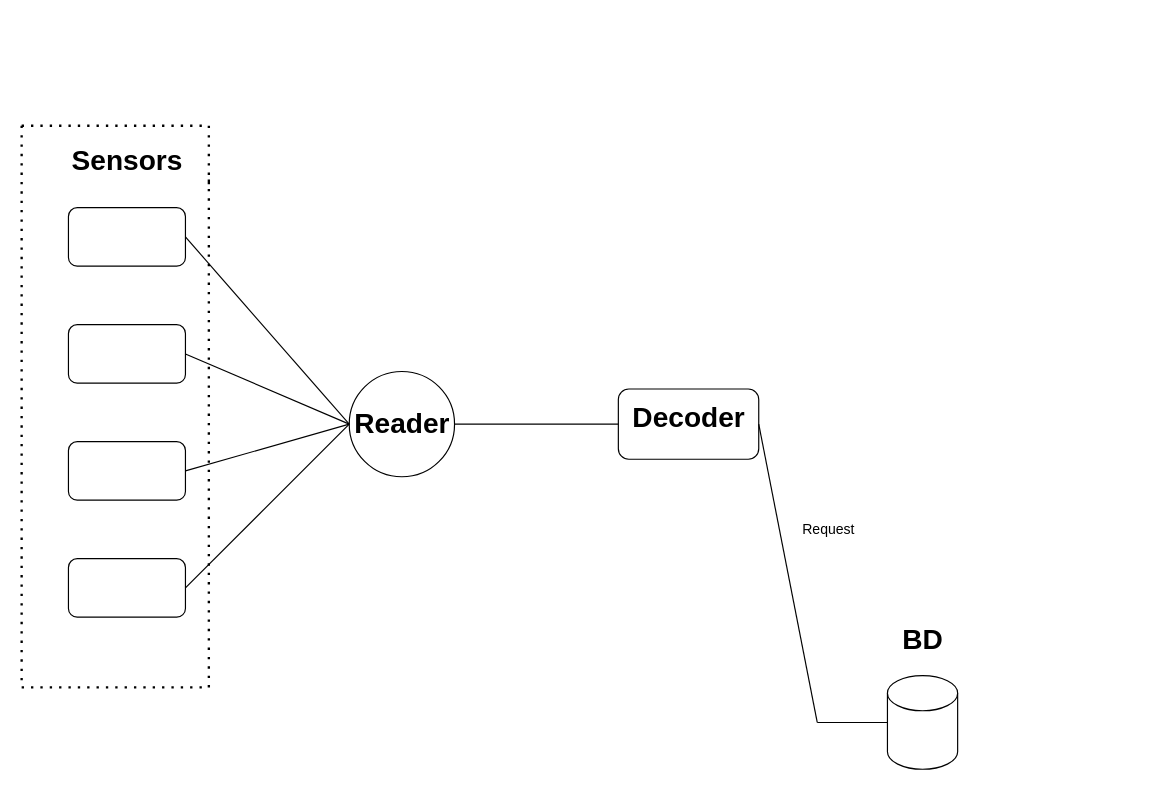
The draw.io diagram TelemetryCar/TelemetryCar.drawio in stalkeronag/CollectorTelemetryCar, before the edit. Source tidied: cells renumbered, new cells numbered last; positions are measured from the earlier drawing's top-left corner, leaving out a move shared by most shapes. Both pictures are drawn from the tidied source at 117%, with x=0, y=0 at pixel (21, 125).
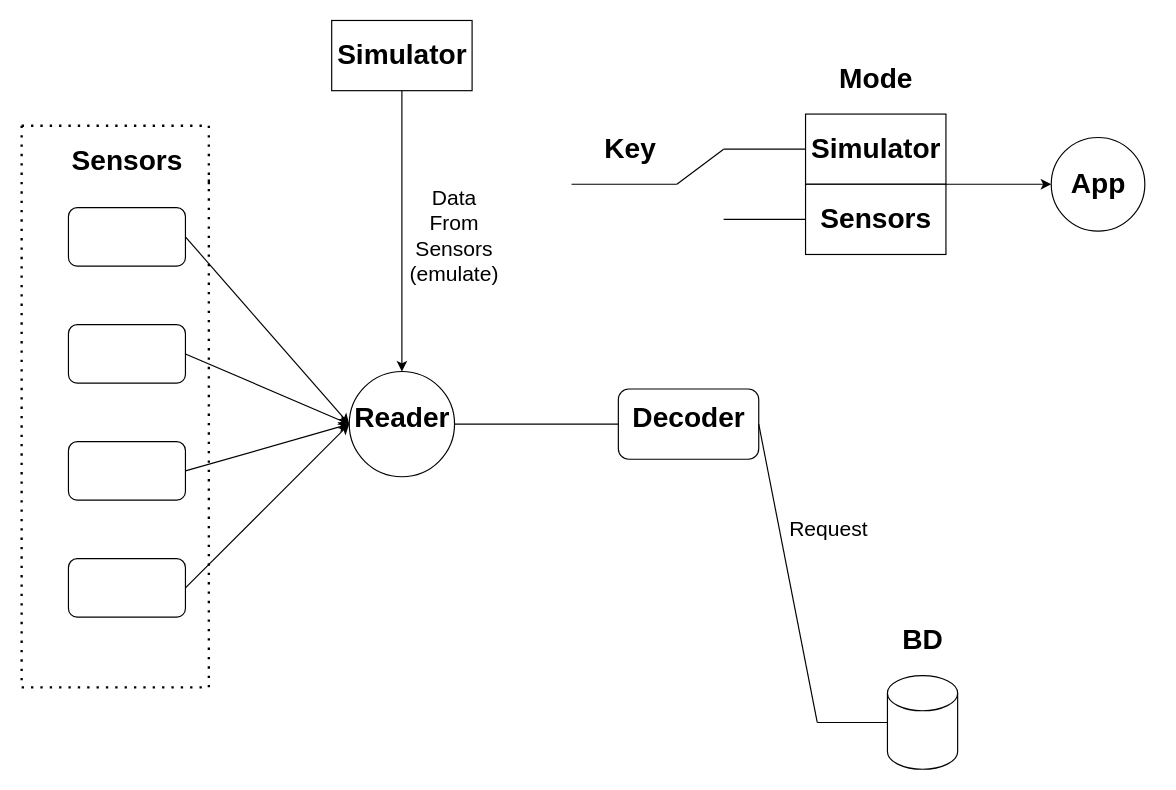
The same diagram, later.

The change refers to these unchanged cells:
```xml
<mxCell id="2" style="rounded=1;whiteSpace=wrap;html=1;" parent="1" vertex="1">
  <mxGeometry x="40" y="70" width="100" height="50" as="geometry" />
</mxCell>
<mxCell id="3" style="rounded=1;whiteSpace=wrap;html=1;" parent="1" vertex="1">
  <mxGeometry x="40" y="170" width="100" height="50" as="geometry" />
</mxCell>
<mxCell id="4" style="rounded=1;whiteSpace=wrap;html=1;" parent="1" vertex="1">
  <mxGeometry x="40" y="270" width="100" height="50" as="geometry" />
</mxCell>
<mxCell id="5" style="rounded=1;whiteSpace=wrap;html=1;" parent="1" vertex="1">
  <mxGeometry x="40" y="370" width="100" height="50" as="geometry" />
</mxCell>
<mxCell id="9" style="ellipse;whiteSpace=wrap;html=1;" parent="1" vertex="1">
  <mxGeometry x="280" y="210" width="90" height="90" as="geometry" />
</mxCell>
```

Diff of the diagram source:
```diff
@@
-    <mxCell id="16" style="endArrow=none;html=1;rounded=0;exitX=1;exitY=0.5;exitDx=0;exitDy=0;entryX=0;entryY=0.5;entryDx=0;entryDy=0;" parent="1" edge="1" source="5" target="9">
-      <mxGeometry relative="1" as="geometry" />
-    </mxCell>
-    <mxCell id="17" style="endArrow=none;html=1;rounded=0;exitX=1;exitY=0.5;exitDx=0;exitDy=0;entryX=0;entryY=0.5;entryDx=0;entryDy=0;" parent="1" edge="1" source="4" target="9">
-      <mxGeometry relative="1" as="geometry" />
-    </mxCell>
-    <mxCell id="18" style="endArrow=none;html=1;rounded=0;exitX=1;exitY=0.5;exitDx=0;exitDy=0;entryX=0;entryY=0.5;entryDx=0;entryDy=0;" parent="1" edge="1" source="3" target="9">
-      <mxGeometry relative="1" as="geometry" />
-    </mxCell>
-    <mxCell id="19" style="endArrow=none;html=1;rounded=0;exitX=1;exitY=0.5;exitDx=0;exitDy=0;entryX=0;entryY=0.5;entryDx=0;entryDy=0;" parent="1" edge="1" source="2" target="9">
-      <mxGeometry relative="1" as="geometry" />
-    </mxCell>
@@
     <mxCell id="22" value="Reader" style="text;strokeColor=none;fillColor=none;html=1;fontSize=24;fontStyle=1;verticalAlign=middle;align=center;" parent="1" vertex="1">
-      <mxGeometry x="275" y="235" width="100" height="40" as="geometry" />
+      <mxGeometry x="275" y="230" width="100" height="40" as="geometry" />
     </mxCell>
@@
-    <mxCell id="25" value="Request" style="text;html=1;strokeColor=none;fillColor=none;align=center;verticalAlign=middle;whiteSpace=wrap;rounded=0;" parent="1" vertex="1">
+    <mxCell id="25" value="&lt;font style=&quot;font-size: 18px;&quot;&gt;Request&lt;/font&gt;" style="text;html=1;strokeColor=none;fillColor=none;align=center;verticalAlign=middle;whiteSpace=wrap;rounded=0;" parent="1" vertex="1">
       <mxGeometry x="660" y="330" width="60" height="30" as="geometry" />
     </mxCell>
+    <mxCell id="26" style="rounded=0;whiteSpace=wrap;html=1;" parent="1" vertex="1">
+      <mxGeometry x="265" y="-90" width="120" height="60" as="geometry" />
+    </mxCell>
+    <mxCell id="27" value="Simulator" style="text;strokeColor=none;fillColor=none;html=1;fontSize=24;fontStyle=1;verticalAlign=middle;align=center;" parent="1" vertex="1">
+      <mxGeometry x="275" y="-80" width="100" height="40" as="geometry" />
+    </mxCell>
+    <mxCell id="28" style="endArrow=classic;html=1;rounded=0;entryX=0.5;entryY=0;entryDx=0;entryDy=0;exitX=0.5;exitY=1;exitDx=0;exitDy=0;" parent="1" edge="1" source="26" target="9">
+      <mxGeometry relative="1" as="geometry" />
+    </mxCell>
+    <mxCell id="29" value="&lt;font style=&quot;font-size: 18px;&quot;&gt;Data From Sensors (emulate)&lt;/font&gt;" style="text;html=1;strokeColor=none;fillColor=none;align=center;verticalAlign=middle;whiteSpace=wrap;rounded=0;" parent="1" vertex="1">
+      <mxGeometry x="340" y="80" width="60" height="30" as="geometry" />
+    </mxCell>
+    <mxCell id="19" style="endArrow=classic;html=1;rounded=0;exitX=1;exitY=0.5;exitDx=0;exitDy=0;entryX=0;entryY=0.5;entryDx=0;entryDy=0;" parent="1" edge="1" source="2" target="9">
+      <mxGeometry relative="1" as="geometry" />
+    </mxCell>
+    <mxCell id="17" style="endArrow=classic;html=1;rounded=0;exitX=1;exitY=0.5;exitDx=0;exitDy=0;entryX=0;entryY=0.5;entryDx=0;entryDy=0;" parent="1" edge="1" source="4" target="9">
+      <mxGeometry relative="1" as="geometry" />
+    </mxCell>
+    <mxCell id="18" style="endArrow=classic;html=1;rounded=0;entryX=0;entryY=0.5;entryDx=0;entryDy=0;exitX=1;exitY=0.5;exitDx=0;exitDy=0;" parent="1" edge="1" source="3" target="9">
+      <mxGeometry relative="1" as="geometry" />
+    </mxCell>
+    <mxCell id="16" style="endArrow=classic;html=1;rounded=0;entryX=0;entryY=0.5;entryDx=0;entryDy=0;exitX=1;exitY=0.5;exitDx=0;exitDy=0;" parent="1" edge="1" source="5" target="9">
+      <mxGeometry relative="1" as="geometry" />
+    </mxCell>
+    <mxCell id="30" style="rounded=0;whiteSpace=wrap;html=1;" parent="1" vertex="1">
+      <mxGeometry x="670" y="-10" width="120" height="60" as="geometry" />
+    </mxCell>
+    <mxCell id="31" style="rounded=0;whiteSpace=wrap;html=1;" parent="1" vertex="1">
+      <mxGeometry x="670" y="50" width="120" height="60" as="geometry" />
+    </mxCell>
+    <mxCell id="32" value="Mode" style="text;strokeColor=none;fillColor=none;html=1;fontSize=24;fontStyle=1;verticalAlign=middle;align=center;" parent="1" vertex="1">
+      <mxGeometry x="680" y="-60" width="100" height="40" as="geometry" />
+    </mxCell>
+    <mxCell id="33" value="Simulator" style="text;strokeColor=none;fillColor=none;html=1;fontSize=24;fontStyle=1;verticalAlign=middle;align=center;" parent="1" vertex="1">
+      <mxGeometry x="680" width="100" height="40" as="geometry" />
+    </mxCell>
+    <mxCell id="34" value="Sensors" style="text;strokeColor=none;fillColor=none;html=1;fontSize=24;fontStyle=1;verticalAlign=middle;align=center;" parent="1" vertex="1">
+      <mxGeometry x="680" y="60" width="100" height="40" as="geometry" />
+    </mxCell>
+    <mxCell id="35" style="ellipse;whiteSpace=wrap;html=1;" parent="1" vertex="1">
+      <mxGeometry x="880" y="10" width="80" height="80" as="geometry" />
+    </mxCell>
+    <mxCell id="36" style="endArrow=classic;html=1;rounded=0;entryX=0;entryY=0.5;entryDx=0;entryDy=0;exitX=1;exitY=0;exitDx=0;exitDy=0;" parent="1" edge="1" source="31" target="35">
+      <mxGeometry relative="1" as="geometry" />
+    </mxCell>
+    <mxCell id="37" value="App" style="text;strokeColor=none;fillColor=none;html=1;fontSize=24;fontStyle=1;verticalAlign=middle;align=center;" parent="1" vertex="1">
+      <mxGeometry x="870" y="30" width="100" height="40" as="geometry" />
+    </mxCell>
+    <mxCell id="38" style="endArrow=none;html=1;rounded=0;" parent="1" edge="1">
+      <mxGeometry relative="1" as="geometry">
+        <mxPoint x="470" y="50" as="sourcePoint" />
+        <mxPoint x="560" y="50" as="targetPoint" />
+      </mxGeometry>
+    </mxCell>
+    <mxCell id="39" style="endArrow=none;html=1;rounded=0;entryX=0;entryY=0.5;entryDx=0;entryDy=0;" parent="1" edge="1" target="30">
+      <mxGeometry relative="1" as="geometry">
+        <mxPoint x="600" y="20" as="sourcePoint" />
+      </mxGeometry>
+    </mxCell>
+    <mxCell id="40" style="endArrow=none;html=1;rounded=0;entryX=0;entryY=0.5;entryDx=0;entryDy=0;" parent="1" edge="1" target="31">
+      <mxGeometry relative="1" as="geometry">
+        <mxPoint x="600" y="80" as="sourcePoint" />
+      </mxGeometry>
+    </mxCell>
+    <mxCell id="41" style="endArrow=none;html=1;rounded=0;" parent="1" edge="1">
+      <mxGeometry relative="1" as="geometry">
+        <mxPoint x="560" y="50" as="sourcePoint" />
+        <mxPoint x="600" y="20" as="targetPoint" />
+      </mxGeometry>
+    </mxCell>
+    <mxCell id="42" value="Key" style="text;strokeColor=none;fillColor=none;html=1;fontSize=24;fontStyle=1;verticalAlign=middle;align=center;" parent="1" vertex="1">
+      <mxGeometry x="470" width="100" height="40" as="geometry" />
+    </mxCell>
```
